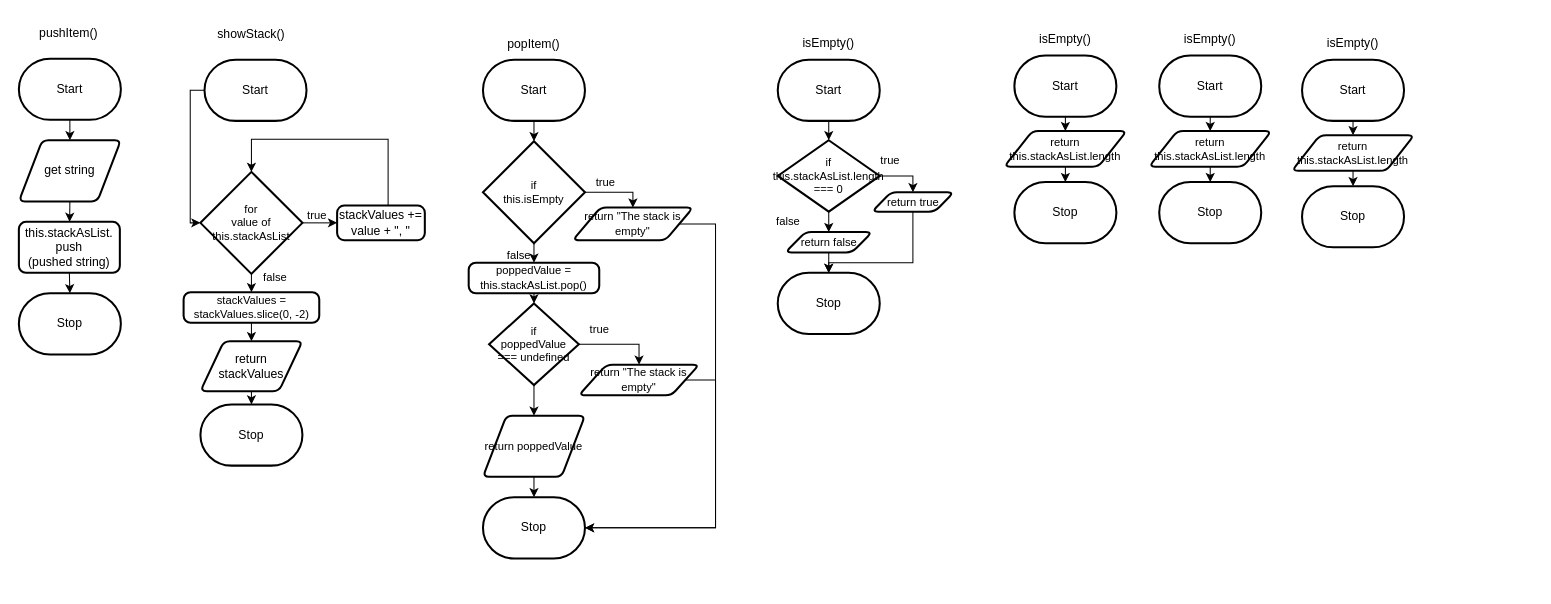
The draw.io diagram 2-4/design/flowchart.drawio in jakub-malhotra/ICS4U-Unit-2, before the edit. Source tidied: cells renumbered, new cells numbered last; positions are measured from the earlier drawing's top-left corner, leaving out a move shared by most shapes. Both pictures are drawn from the tidied source at 102%, with x=0, y=0 at pixel (18, 17).
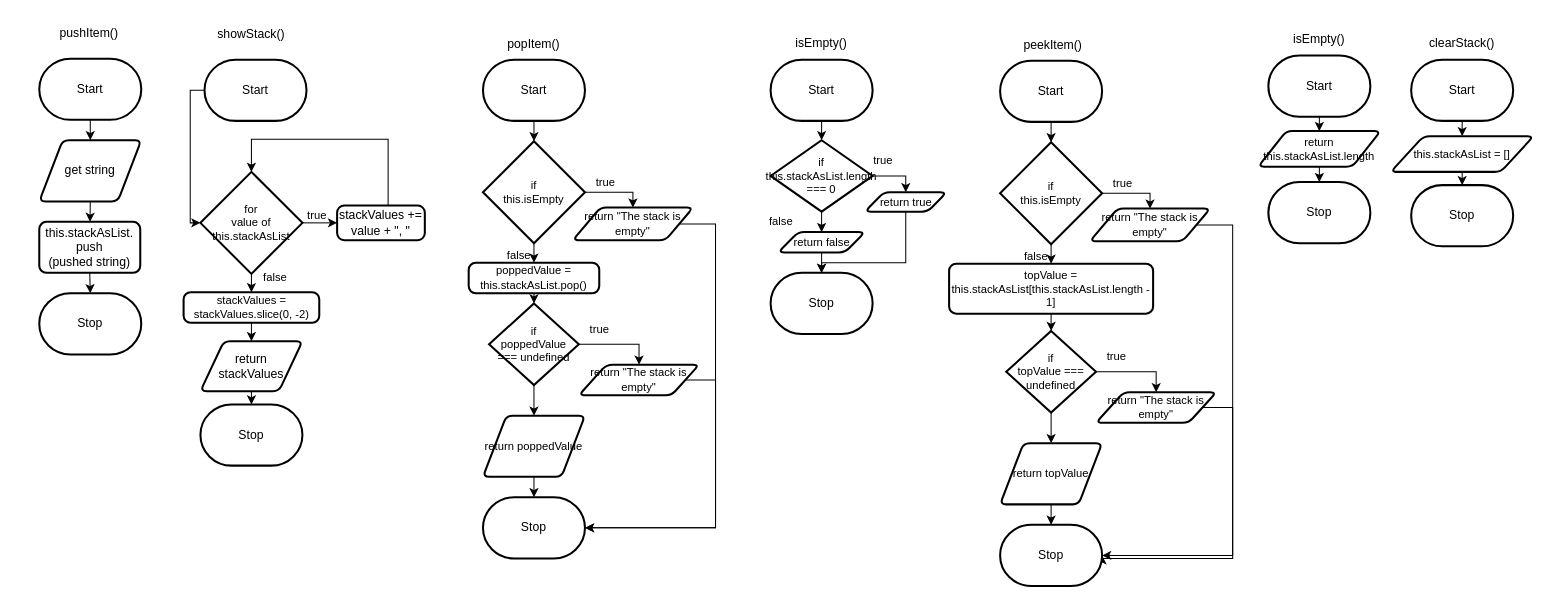
The same page after the edit.

Diff of the diagram source:
```diff
@@
     <mxCell id="3" value="Start" style="strokeWidth=2;html=1;shape=mxgraph.flowchart.terminator;whiteSpace=wrap;" parent="1" vertex="1">
-      <mxGeometry y="40" width="100" height="60" as="geometry" />
+      <mxGeometry x="20" y="40" width="100" height="60" as="geometry" />
     </mxCell>
@@
     <mxCell id="5" value="get string" style="shape=parallelogram;html=1;strokeWidth=2;perimeter=parallelogramPerimeter;whiteSpace=wrap;rounded=1;arcSize=12;size=0.23;" parent="1" vertex="1">
-      <mxGeometry y="120" width="100" height="60" as="geometry" />
+      <mxGeometry x="20" y="120" width="100" height="60" as="geometry" />
     </mxCell>
@@
     <mxCell id="7" value="this.stackAsList.&lt;br&gt;push&lt;br&gt;(pushed string)" style="rounded=1;whiteSpace=wrap;html=1;absoluteArcSize=1;arcSize=14;strokeWidth=2;" parent="1" vertex="1">
-      <mxGeometry y="200" width="99" height="50" as="geometry" />
+      <mxGeometry x="20" y="200" width="99" height="50" as="geometry" />
     </mxCell>
     <mxCell id="8" value="Stop" style="strokeWidth=2;html=1;shape=mxgraph.flowchart.terminator;whiteSpace=wrap;" parent="1" vertex="1">
-      <mxGeometry y="270" width="100" height="60" as="geometry" />
+      <mxGeometry x="20" y="270" width="100" height="60" as="geometry" />
     </mxCell>
     <mxCell id="9" value="pushItem()" style="text;strokeColor=none;align=center;fillColor=none;html=1;verticalAlign=middle;whiteSpace=wrap;rounded=0;" parent="1" vertex="1">
-      <mxGeometry x="19" width="60" height="30" as="geometry" />
+      <mxGeometry x="39" width="60" height="30" as="geometry" />
     </mxCell>
@@
     <mxCell id="46" value="isEmpty()" style="text;strokeColor=none;align=center;fillColor=none;html=1;verticalAlign=middle;whiteSpace=wrap;rounded=0;" parent="1" vertex="1">
-      <mxGeometry x="764" y="10" width="60" height="30" as="geometry" />
+      <mxGeometry x="757" y="10" width="60" height="30" as="geometry" />
     </mxCell>
@@
     <mxCell id="48" value="Start" style="strokeWidth=2;html=1;shape=mxgraph.flowchart.terminator;whiteSpace=wrap;" parent="1" vertex="1">
-      <mxGeometry x="744" y="41" width="100" height="60" as="geometry" />
+      <mxGeometry x="737" y="41" width="100" height="60" as="geometry" />
     </mxCell>
@@
     <mxCell id="51" value="if&lt;br&gt;this.stackAsList.length === 0" style="strokeWidth=2;html=1;shape=mxgraph.flowchart.decision;whiteSpace=wrap;fontFamily=Helvetica;fontSize=11;fontColor=default;" parent="1" vertex="1">
-      <mxGeometry x="744" y="120" width="100" height="70" as="geometry" />
+      <mxGeometry x="737" y="120" width="100" height="70" as="geometry" />
     </mxCell>
@@
     <mxCell id="53" value="return false" style="shape=parallelogram;html=1;strokeWidth=2;perimeter=parallelogramPerimeter;whiteSpace=wrap;rounded=1;arcSize=12;size=0.23;fontFamily=Helvetica;fontSize=11;fontColor=default;" parent="1" vertex="1">
-      <mxGeometry x="751.5" y="210" width="85" height="20" as="geometry" />
+      <mxGeometry x="744.5" y="210" width="85" height="20" as="geometry" />
     </mxCell>
     <mxCell id="54" value="Stop" style="strokeWidth=2;html=1;shape=mxgraph.flowchart.terminator;whiteSpace=wrap;" parent="1" vertex="1">
-      <mxGeometry x="744" y="250" width="100" height="60" as="geometry" />
+      <mxGeometry x="737" y="250" width="100" height="60" as="geometry" />
     </mxCell>
     <mxCell id="55" style="edgeStyle=orthogonalEdgeStyle;shape=connector;rounded=0;html=1;exitX=0.5;exitY=1;exitDx=0;exitDy=0;entryX=0.5;entryY=0;entryDx=0;entryDy=0;entryPerimeter=0;labelBackgroundColor=default;strokeColor=default;fontFamily=Helvetica;fontSize=11;fontColor=default;endArrow=classic;" parent="1" edge="1" source="56" target="54">
       <mxGeometry relative="1" as="geometry">
         <Array as="points">
-          <mxPoint x="877" y="240" />
-          <mxPoint x="794" y="240" />
+          <mxPoint x="870" y="240" />
+          <mxPoint x="787" y="240" />
         </Array>
       </mxGeometry>
     </mxCell>
     <mxCell id="56" value="return true" style="shape=parallelogram;html=1;strokeWidth=2;perimeter=parallelogramPerimeter;whiteSpace=wrap;rounded=1;arcSize=12;size=0.23;fontFamily=Helvetica;fontSize=11;fontColor=default;" parent="1" vertex="1">
-      <mxGeometry x="836.5" y="171" width="80" height="19" as="geometry" />
+      <mxGeometry x="829.5" y="171" width="80" height="19" as="geometry" />
     </mxCell>
     <mxCell id="57" value="true" style="text;html=1;align=center;verticalAlign=middle;strokeColor=none;fillColor=none;fontSize=11;fontFamily=Helvetica;fontColor=default;" parent="1" vertex="1">
-      <mxGeometry x="834" y="125" width="40" height="30" as="geometry" />
+      <mxGeometry x="827" y="125" width="40" height="30" as="geometry" />
     </mxCell>
     <mxCell id="58" value="false" style="text;html=1;align=center;verticalAlign=middle;strokeColor=none;fillColor=none;fontSize=11;fontFamily=Helvetica;fontColor=default;" parent="1" vertex="1">
-      <mxGeometry x="729" y="185" width="50" height="30" as="geometry" />
+      <mxGeometry x="722" y="185" width="50" height="30" as="geometry" />
     </mxCell>
-    <mxCell id="59" value="isEmpty()" style="text;strokeColor=none;align=center;fillColor=none;html=1;verticalAlign=middle;whiteSpace=wrap;rounded=0;" parent="1" vertex="1">
-      <mxGeometry x="996" y="6" width="60" height="30" as="geometry" />
-    </mxCell>
-    <mxCell id="60" style="edgeStyle=orthogonalEdgeStyle;shape=connector;rounded=0;html=1;exitX=0.5;exitY=1;exitDx=0;exitDy=0;exitPerimeter=0;entryX=0.5;entryY=0;entryDx=0;entryDy=0;labelBackgroundColor=default;strokeColor=default;fontFamily=Helvetica;fontSize=11;fontColor=default;endArrow=classic;" parent="1" edge="1" source="61" target="64">
-      <mxGeometry relative="1" as="geometry" />
-    </mxCell>
-    <mxCell id="61" value="Start" style="strokeWidth=2;html=1;shape=mxgraph.flowchart.terminator;whiteSpace=wrap;" parent="1" vertex="1">
-      <mxGeometry x="976" y="37" width="100" height="60" as="geometry" />
-    </mxCell>
-    <mxCell id="62" value="Stop" style="strokeWidth=2;html=1;shape=mxgraph.flowchart.terminator;whiteSpace=wrap;" parent="1" vertex="1">
-      <mxGeometry x="976" y="161" width="100" height="60" as="geometry" />
-    </mxCell>
-    <mxCell id="63" style="edgeStyle=orthogonalEdgeStyle;shape=connector;rounded=0;html=1;exitX=0.5;exitY=1;exitDx=0;exitDy=0;labelBackgroundColor=default;strokeColor=default;fontFamily=Helvetica;fontSize=11;fontColor=default;endArrow=classic;" parent="1" edge="1" source="64" target="62">
-      <mxGeometry relative="1" as="geometry" />
-    </mxCell>
-    <mxCell id="64" value="return this.stackAsList.length" style="shape=parallelogram;html=1;strokeWidth=2;perimeter=parallelogramPerimeter;whiteSpace=wrap;rounded=1;arcSize=12;size=0.23;fontFamily=Helvetica;fontSize=11;fontColor=default;" parent="1" vertex="1">
-      <mxGeometry x="966" y="111" width="120" height="35" as="geometry" />
-    </mxCell>
     <mxCell id="65" value="isEmpty()" style="text;strokeColor=none;align=center;fillColor=none;html=1;verticalAlign=middle;whiteSpace=wrap;rounded=0;" parent="1" vertex="1">
-      <mxGeometry x="1138" y="6" width="60" height="30" as="geometry" />
+      <mxGeometry x="1245" y="6" width="60" height="30" as="geometry" />
     </mxCell>
@@
     <mxCell id="67" value="Start" style="strokeWidth=2;html=1;shape=mxgraph.flowchart.terminator;whiteSpace=wrap;" parent="1" vertex="1">
-      <mxGeometry x="1118" y="37" width="100" height="60" as="geometry" />
+      <mxGeometry x="1225" y="37" width="100" height="60" as="geometry" />
     </mxCell>
     <mxCell id="68" value="Stop" style="strokeWidth=2;html=1;shape=mxgraph.flowchart.terminator;whiteSpace=wrap;" parent="1" vertex="1">
-      <mxGeometry x="1118" y="161" width="100" height="60" as="geometry" />
+      <mxGeometry x="1225" y="161" width="100" height="60" as="geometry" />
     </mxCell>
@@
     <mxCell id="70" value="return this.stackAsList.length" style="shape=parallelogram;html=1;strokeWidth=2;perimeter=parallelogramPerimeter;whiteSpace=wrap;rounded=1;arcSize=12;size=0.23;fontFamily=Helvetica;fontSize=11;fontColor=default;" parent="1" vertex="1">
-      <mxGeometry x="1108" y="111" width="120" height="35" as="geometry" />
+      <mxGeometry x="1215" y="111" width="120" height="35" as="geometry" />
     </mxCell>
-    <mxCell id="71" value="isEmpty()" style="text;strokeColor=none;align=center;fillColor=none;html=1;verticalAlign=middle;whiteSpace=wrap;rounded=0;" parent="1" vertex="1">
-      <mxGeometry x="1278" y="10" width="60" height="30" as="geometry" />
+    <mxCell id="71" value="clearStack()" style="text;strokeColor=none;align=center;fillColor=none;html=1;verticalAlign=middle;whiteSpace=wrap;rounded=0;" parent="1" vertex="1">
+      <mxGeometry x="1380" y="10" width="70" height="30" as="geometry" />
     </mxCell>
@@
     <mxCell id="73" value="Start" style="strokeWidth=2;html=1;shape=mxgraph.flowchart.terminator;whiteSpace=wrap;" parent="1" vertex="1">
-      <mxGeometry x="1258" y="41" width="100" height="60" as="geometry" />
+      <mxGeometry x="1365" y="41" width="100" height="60" as="geometry" />
     </mxCell>
     <mxCell id="74" value="Stop" style="strokeWidth=2;html=1;shape=mxgraph.flowchart.terminator;whiteSpace=wrap;" parent="1" vertex="1">
-      <mxGeometry x="1258" y="165" width="100" height="60" as="geometry" />
+      <mxGeometry x="1365" y="164" width="100" height="60" as="geometry" />
     </mxCell>
@@
-    <mxCell id="76" value="return this.stackAsList.length" style="shape=parallelogram;html=1;strokeWidth=2;perimeter=parallelogramPerimeter;whiteSpace=wrap;rounded=1;arcSize=12;size=0.23;fontFamily=Helvetica;fontSize=11;fontColor=default;" parent="1" vertex="1">
-      <mxGeometry x="1248" y="115" width="120" height="35" as="geometry" />
+    <mxCell id="76" value="this.stackAsList = []" style="shape=parallelogram;html=1;strokeWidth=2;perimeter=parallelogramPerimeter;whiteSpace=wrap;rounded=1;arcSize=12;size=0.23;fontFamily=Helvetica;fontSize=11;fontColor=default;" parent="1" vertex="1">
+      <mxGeometry x="1345" y="116" width="140" height="35" as="geometry" />
     </mxCell>
+    <mxCell id="77" style="edgeStyle=orthogonalEdgeStyle;shape=connector;rounded=0;html=1;exitX=0.5;exitY=1;exitDx=0;exitDy=0;exitPerimeter=0;labelBackgroundColor=default;strokeColor=default;fontFamily=Helvetica;fontSize=11;fontColor=default;endArrow=classic;" parent="1" edge="1" source="61" target="81">
+      <mxGeometry relative="1" as="geometry" />
+    </mxCell>
+    <mxCell id="61" value="Start" style="strokeWidth=2;html=1;shape=mxgraph.flowchart.terminator;whiteSpace=wrap;" parent="1" vertex="1">
+      <mxGeometry x="962" y="42" width="100" height="60" as="geometry" />
+    </mxCell>
+    <mxCell id="78" value="peekItem()" style="text;strokeColor=none;align=center;fillColor=none;html=1;verticalAlign=middle;whiteSpace=wrap;rounded=0;" parent="1" vertex="1">
+      <mxGeometry x="984" y="12" width="60" height="30" as="geometry" />
+    </mxCell>
+    <mxCell id="79" style="edgeStyle=orthogonalEdgeStyle;shape=connector;rounded=0;html=1;exitX=1;exitY=0.5;exitDx=0;exitDy=0;exitPerimeter=0;entryX=0.5;entryY=0;entryDx=0;entryDy=0;labelBackgroundColor=default;strokeColor=default;fontFamily=Helvetica;fontSize=11;fontColor=default;endArrow=classic;" parent="1" edge="1" source="81" target="83">
+      <mxGeometry relative="1" as="geometry" />
+    </mxCell>
+    <mxCell id="80" style="edgeStyle=orthogonalEdgeStyle;shape=connector;rounded=0;html=1;exitX=0.5;exitY=1;exitDx=0;exitDy=0;exitPerimeter=0;labelBackgroundColor=default;strokeColor=default;fontFamily=Helvetica;fontSize=11;fontColor=default;endArrow=classic;" parent="1" edge="1" source="81" target="86">
+      <mxGeometry relative="1" as="geometry" />
+    </mxCell>
+    <mxCell id="81" value="if&lt;br&gt;this.isEmpty" style="strokeWidth=2;html=1;shape=mxgraph.flowchart.decision;whiteSpace=wrap;fontFamily=Helvetica;fontSize=11;fontColor=default;" parent="1" vertex="1">
+      <mxGeometry x="962" y="122" width="100" height="100" as="geometry" />
+    </mxCell>
+    <mxCell id="82" style="edgeStyle=orthogonalEdgeStyle;shape=connector;rounded=0;html=1;exitX=1;exitY=0.5;exitDx=0;exitDy=0;entryX=1;entryY=0.5;entryDx=0;entryDy=0;entryPerimeter=0;labelBackgroundColor=default;strokeColor=default;fontFamily=Helvetica;fontSize=11;fontColor=default;endArrow=classic;" parent="1" edge="1" source="83" target="62">
+      <mxGeometry relative="1" as="geometry">
+        <Array as="points">
+          <mxPoint x="1190" y="203" />
+          <mxPoint x="1190" y="530" />
+          <mxPoint x="1062" y="530" />
+        </Array>
+      </mxGeometry>
+    </mxCell>
+    <mxCell id="83" value="return &quot;The stack is empty&quot;" style="shape=parallelogram;html=1;strokeWidth=2;perimeter=parallelogramPerimeter;whiteSpace=wrap;rounded=1;arcSize=12;size=0.23;fontFamily=Helvetica;fontSize=11;fontColor=default;" parent="1" vertex="1">
+      <mxGeometry x="1050" y="187" width="118" height="32" as="geometry" />
+    </mxCell>
+    <mxCell id="84" value="true" style="text;html=1;align=center;verticalAlign=middle;strokeColor=none;fillColor=none;fontSize=11;fontFamily=Helvetica;fontColor=default;" parent="1" vertex="1">
+      <mxGeometry x="1062" y="147" width="40" height="30" as="geometry" />
+    </mxCell>
+    <mxCell id="85" style="edgeStyle=orthogonalEdgeStyle;shape=connector;rounded=0;html=1;exitX=0.5;exitY=1;exitDx=0;exitDy=0;entryX=0.5;entryY=0;entryDx=0;entryDy=0;entryPerimeter=0;labelBackgroundColor=default;strokeColor=default;fontFamily=Helvetica;fontSize=11;fontColor=default;endArrow=classic;" parent="1" edge="1" source="86" target="90">
+      <mxGeometry relative="1" as="geometry" />
+    </mxCell>
+    <mxCell id="86" value="topValue = this.stackAsList[this.stackAsList.length - 1]" style="rounded=1;whiteSpace=wrap;html=1;absoluteArcSize=1;arcSize=14;strokeWidth=2;fontFamily=Helvetica;fontSize=11;fontColor=default;" parent="1" vertex="1">
+      <mxGeometry x="912" y="241" width="200" height="49" as="geometry" />
+    </mxCell>
+    <mxCell id="87" value="false" style="text;html=1;align=center;verticalAlign=middle;strokeColor=none;fillColor=none;fontSize=11;fontFamily=Helvetica;fontColor=default;" parent="1" vertex="1">
+      <mxGeometry x="972" y="219" width="50" height="30" as="geometry" />
+    </mxCell>
+    <mxCell id="88" style="edgeStyle=orthogonalEdgeStyle;shape=connector;rounded=0;html=1;exitX=1;exitY=0.5;exitDx=0;exitDy=0;exitPerimeter=0;entryX=0.5;entryY=0;entryDx=0;entryDy=0;labelBackgroundColor=default;strokeColor=default;fontFamily=Helvetica;fontSize=11;fontColor=default;endArrow=classic;" parent="1" edge="1" source="90" target="92">
+      <mxGeometry relative="1" as="geometry" />
+    </mxCell>
+    <mxCell id="89" style="edgeStyle=orthogonalEdgeStyle;shape=connector;rounded=0;html=1;exitX=0.5;exitY=1;exitDx=0;exitDy=0;exitPerimeter=0;entryX=0.5;entryY=0;entryDx=0;entryDy=0;labelBackgroundColor=default;strokeColor=default;fontFamily=Helvetica;fontSize=11;fontColor=default;endArrow=classic;" parent="1" edge="1" source="90" target="95">
+      <mxGeometry relative="1" as="geometry" />
+    </mxCell>
+    <mxCell id="90" value="if&lt;br&gt;topValue === undefined" style="strokeWidth=2;html=1;shape=mxgraph.flowchart.decision;whiteSpace=wrap;fontFamily=Helvetica;fontSize=11;fontColor=default;" parent="1" vertex="1">
+      <mxGeometry x="968" y="307" width="88" height="80" as="geometry" />
+    </mxCell>
+    <mxCell id="91" style="edgeStyle=orthogonalEdgeStyle;shape=connector;rounded=0;html=1;exitX=1;exitY=0.5;exitDx=0;exitDy=0;entryX=1;entryY=0.5;entryDx=0;entryDy=0;entryPerimeter=0;labelBackgroundColor=default;strokeColor=default;fontFamily=Helvetica;fontSize=11;fontColor=default;endArrow=classic;" parent="1" edge="1" source="92" target="62">
+      <mxGeometry relative="1" as="geometry">
+        <Array as="points">
+          <mxPoint x="1190" y="382" />
+          <mxPoint x="1190" y="527" />
+        </Array>
+      </mxGeometry>
+    </mxCell>
+    <mxCell id="92" value="return &quot;The stack is empty&quot;" style="shape=parallelogram;html=1;strokeWidth=2;perimeter=parallelogramPerimeter;whiteSpace=wrap;rounded=1;arcSize=12;size=0.23;fontFamily=Helvetica;fontSize=11;fontColor=default;" parent="1" vertex="1">
+      <mxGeometry x="1056" y="367" width="118" height="30" as="geometry" />
+    </mxCell>
+    <mxCell id="93" value="true" style="text;html=1;align=center;verticalAlign=middle;strokeColor=none;fillColor=none;fontSize=11;fontFamily=Helvetica;fontColor=default;" parent="1" vertex="1">
+      <mxGeometry x="1056" y="317" width="40" height="30" as="geometry" />
+    </mxCell>
+    <mxCell id="94" style="edgeStyle=orthogonalEdgeStyle;shape=connector;rounded=0;html=1;exitX=0.5;exitY=1;exitDx=0;exitDy=0;labelBackgroundColor=default;strokeColor=default;fontFamily=Helvetica;fontSize=11;fontColor=default;endArrow=classic;" parent="1" edge="1" source="95" target="62">
+      <mxGeometry relative="1" as="geometry" />
+    </mxCell>
+    <mxCell id="95" value="return topValue" style="shape=parallelogram;html=1;strokeWidth=2;perimeter=parallelogramPerimeter;whiteSpace=wrap;rounded=1;arcSize=12;size=0.23;fontFamily=Helvetica;fontSize=11;fontColor=default;" parent="1" vertex="1">
+      <mxGeometry x="962" y="417" width="100" height="60" as="geometry" />
+    </mxCell>
+    <mxCell id="62" value="Stop" style="strokeWidth=2;html=1;shape=mxgraph.flowchart.terminator;whiteSpace=wrap;" parent="1" vertex="1">
+      <mxGeometry x="962" y="497" width="100" height="60" as="geometry" />
+    </mxCell>
```
